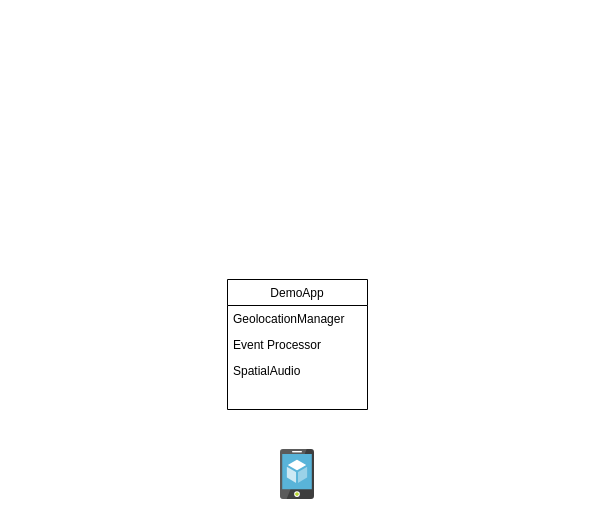
Before: geoLocationIdea.drawio in willdonlan8/test, a draw.io diagram. Source tidied: cells renumbered, new cells numbered last; positions are measured from the earlier drawing's top-left corner, leaving out a move shared by most shapes. Both pictures are drawn from the tidied source at 100%, with x=0, y=0 at pixel (227, 279).
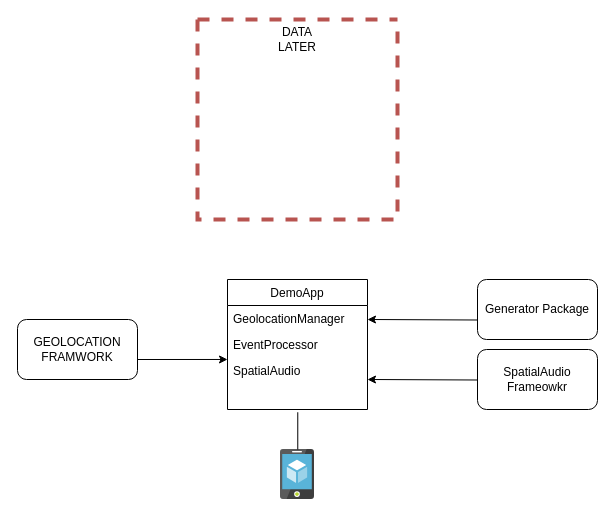
Above is the later version.

The edit, as a diff of the source:
```diff
@@
 <mxGraphModel>
   <root>
     <mxCell id="0" />
     <mxCell id="1" parent="0" />
     <mxCell id="2" value="DemoApp" style="swimlane;fontStyle=0;horizontal=1;startSize=26;" parent="1" vertex="1">
       <mxGeometry width="140" height="130" as="geometry" />
     </mxCell>
     <mxCell id="3" value="GeolocationManager" style="text;strokeColor=none;fillColor=none;align=left;verticalAlign=top;spacingLeft=4;spacingRight=4;overflow=hidden;" parent="2" vertex="1">
       <mxGeometry y="26" width="140" height="26" as="geometry" />
     </mxCell>
-    <mxCell id="4" value="Event Processor" style="text;strokeColor=none;fillColor=none;align=left;verticalAlign=top;spacingLeft=4;spacingRight=4;overflow=hidden;" parent="2" vertex="1">
+    <mxCell id="4" value="EventProcessor" style="text;strokeColor=none;fillColor=none;align=left;verticalAlign=top;spacingLeft=4;spacingRight=4;overflow=hidden;" parent="2" vertex="1">
       <mxGeometry y="52" width="140" height="26" as="geometry" />
     </mxCell>
     <mxCell id="5" value="SpatialAudio" style="text;strokeColor=none;fillColor=none;align=left;verticalAlign=top;spacingLeft=4;spacingRight=4;overflow=hidden;points=[[0,0.5],[1,0.5]];portConstraint=eastwest;" parent="2" vertex="1">
       <mxGeometry y="78" width="140" height="52" as="geometry" />
     </mxCell>
     <mxCell id="6" style="sketch=0;html=1;points=[];align=center;image;fontSize=12;image=img/lib/mscae/App_Service_Mobile_App.svg;" parent="1" vertex="1">
       <mxGeometry x="53" y="170" width="34" height="50" as="geometry" />
     </mxCell>
+    <mxCell id="7" value="GEOLOCATION&lt;br&gt;FRAMWORK" style="rounded=1;whiteSpace=wrap;html=1;" parent="1" vertex="1">
+      <mxGeometry x="-210" y="40" width="120" height="60" as="geometry" />
+    </mxCell>
+    <mxCell id="8" style="endArrow=classic;html=1;entryX=0;entryY=0.038;entryDx=0;entryDy=0;entryPerimeter=0;" parent="1" edge="1" target="5">
+      <mxGeometry relative="1" as="geometry">
+        <mxPoint x="-90" y="80" as="sourcePoint" />
+      </mxGeometry>
+    </mxCell>
+    <mxCell id="9" value="SpatialAudio Frameowkr" style="rounded=1;whiteSpace=wrap;html=1;" parent="1" vertex="1">
+      <mxGeometry x="250" y="70" width="120" height="60" as="geometry" />
+    </mxCell>
+    <mxCell id="10" style="endArrow=classic;html=1;" parent="1" edge="1">
+      <mxGeometry relative="1" as="geometry">
+        <mxPoint x="250" y="100.5" as="sourcePoint" />
+        <mxPoint x="140" y="100" as="targetPoint" />
+      </mxGeometry>
+    </mxCell>
+    <mxCell id="11" value="Generator Package" style="rounded=1;whiteSpace=wrap;html=1;" parent="1" vertex="1">
+      <mxGeometry x="250" width="120" height="60" as="geometry" />
+    </mxCell>
+    <mxCell id="12" style="endArrow=classic;html=1;" parent="1" edge="1">
+      <mxGeometry relative="1" as="geometry">
+        <mxPoint x="250" y="40.5" as="sourcePoint" />
+        <mxPoint x="140" y="40" as="targetPoint" />
+      </mxGeometry>
+    </mxCell>
+    <mxCell id="13" style="swimlane;startSize=0;fillColor=#f8cecc;strokeColor=#b85450;strokeWidth=4;dashed=1;" parent="1" vertex="1">
+      <mxGeometry x="-30" y="-260" width="200" height="200" as="geometry" />
+    </mxCell>
+    <mxCell id="14" value="DATA LATER" style="text;html=1;strokeColor=none;fillColor=none;align=center;verticalAlign=middle;whiteSpace=wrap;rounded=0;dashed=1;" parent="13" vertex="1">
+      <mxGeometry x="80" y="10" width="40" height="20" as="geometry" />
+    </mxCell>
+    <mxCell id="15" style="endArrow=none;html=1;entryX=0.502;entryY=1.053;entryDx=0;entryDy=0;entryPerimeter=0;exitX=0.508;exitY=0;exitDx=0;exitDy=0;exitPerimeter=0;" parent="1" edge="1" source="6" target="5">
+      <mxGeometry relative="1" as="geometry" />
+    </mxCell>
   </root>
 </mxGraphModel>
```
